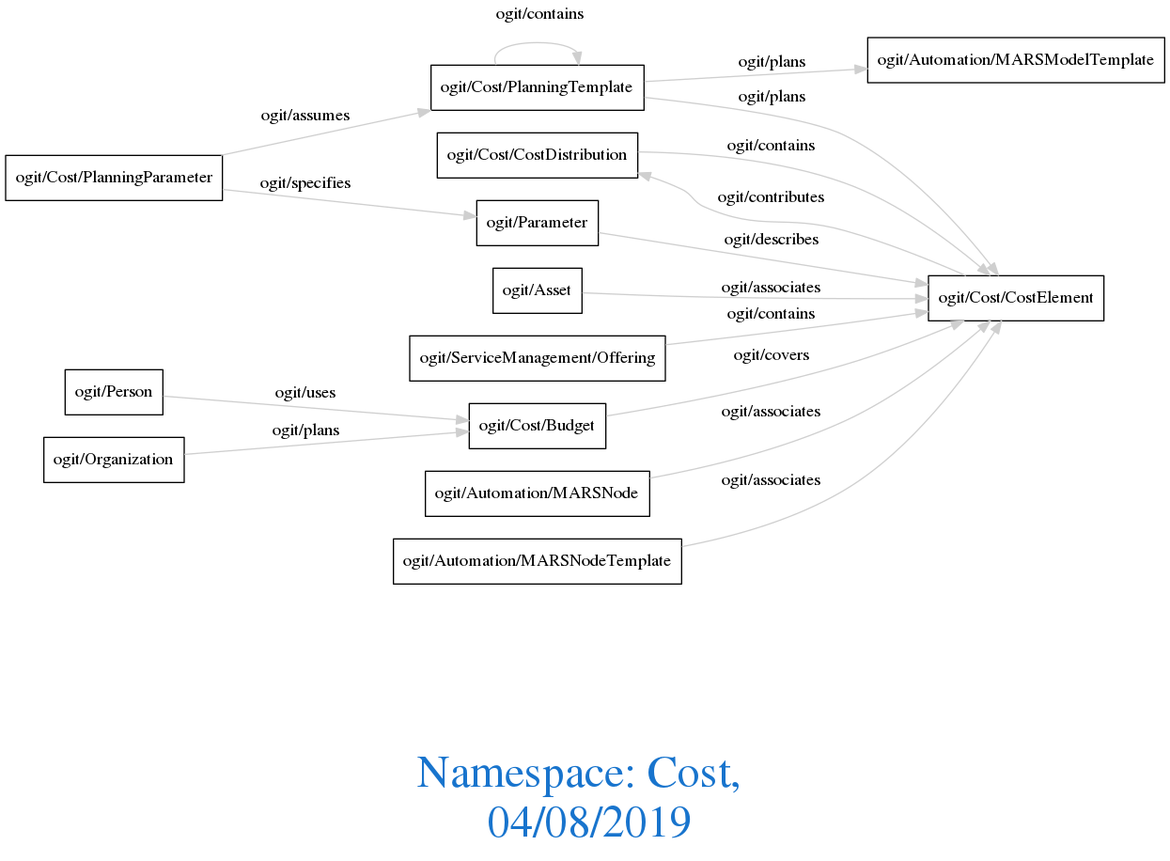
The Graphviz diagram downloads/Cost.png in arago/OGIT, before a commit. Its source is kept beside it as downloads/Cost.dot.
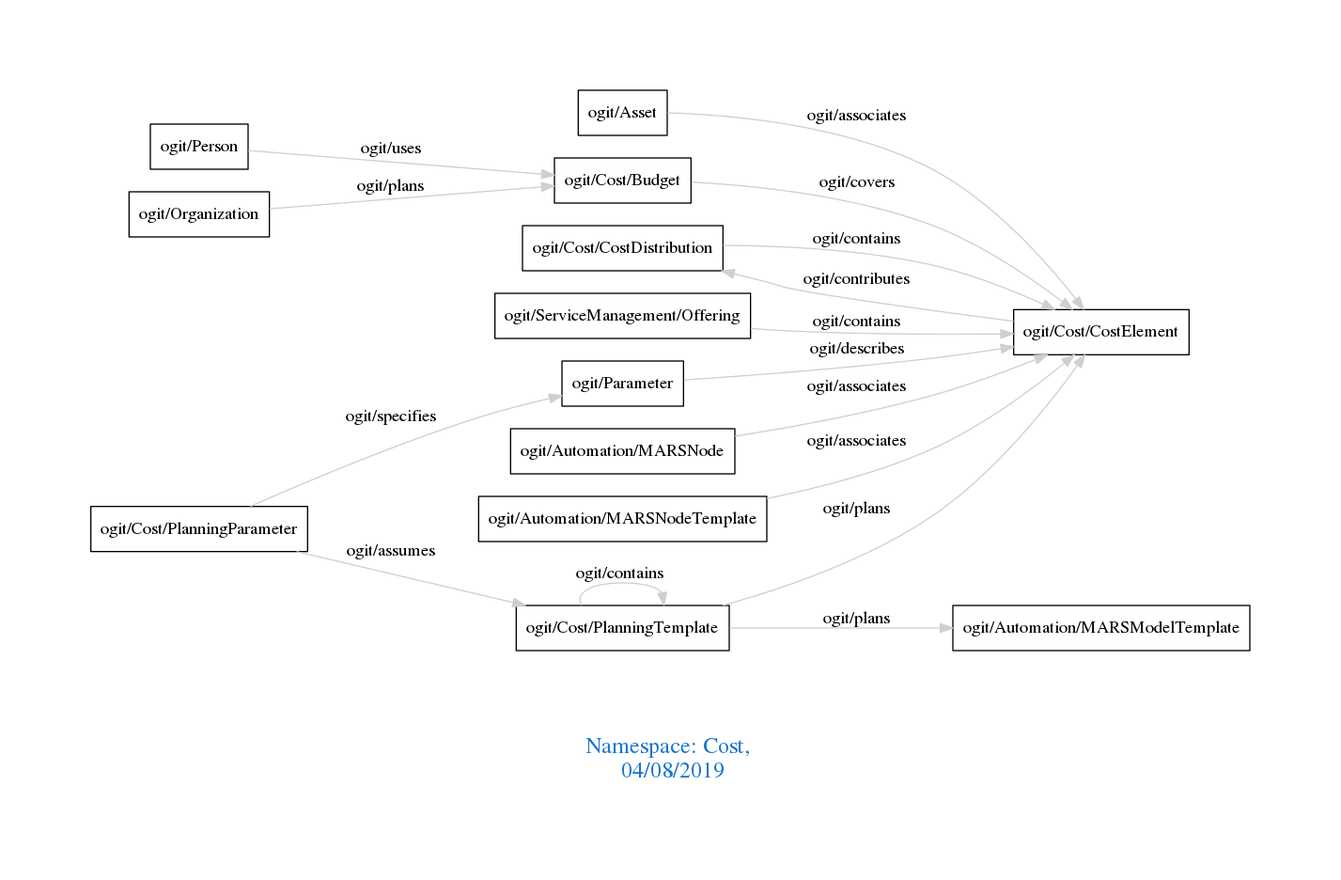
Later version of the same file.

The edit, as a diff of the source:
```diff
@@ -1,13 +1,11 @@
 digraph OGIT_ontology {
- graph [ rankdir= LR,compound=true
-fontsize = 36,
+ graph [ rankdir= LR,pad=1
+fontsize = 18,
 fontcolor= dodgerblue3,label = "\n\n\nNamespace: Cost, \n 04/08/2019"];
 node[shape=polygon];
 edge [  color="gray81"];
 
    "ogit/Cost/CostDistribution" -> "ogit/Cost/CostElement" [label="   ogit/contains    "];
-   "ogit/Cost/PlanningTemplate" -> "ogit/Cost/PlanningTemplate" [label="   ogit/contains
-  "];
    "ogit/ServiceManagement/Offering" -> "ogit/Cost/CostElement" [label="   ogit/contains    "];
    "ogit/Cost/PlanningParameter" -> "ogit/Parameter" [label="   ogit/specifies    "];
    "ogit/Cost/Budget" -> "ogit/Cost/CostElement" [label="   ogit/covers    "];
@@ -21,4 +19,5 @@
    "ogit/Cost/PlanningTemplate" -> "ogit/Cost/CostElement" [label="   ogit/plans    "];
    "ogit/Organization" -> "ogit/Cost/Budget" [label="   ogit/plans    "];
    "ogit/Cost/PlanningParameter" -> "ogit/Cost/PlanningTemplate" [label="   ogit/assumes    "];
+   "ogit/Cost/PlanningTemplate" -> "ogit/Cost/PlanningTemplate" [label="   ogit/contains    "];
 }
```
